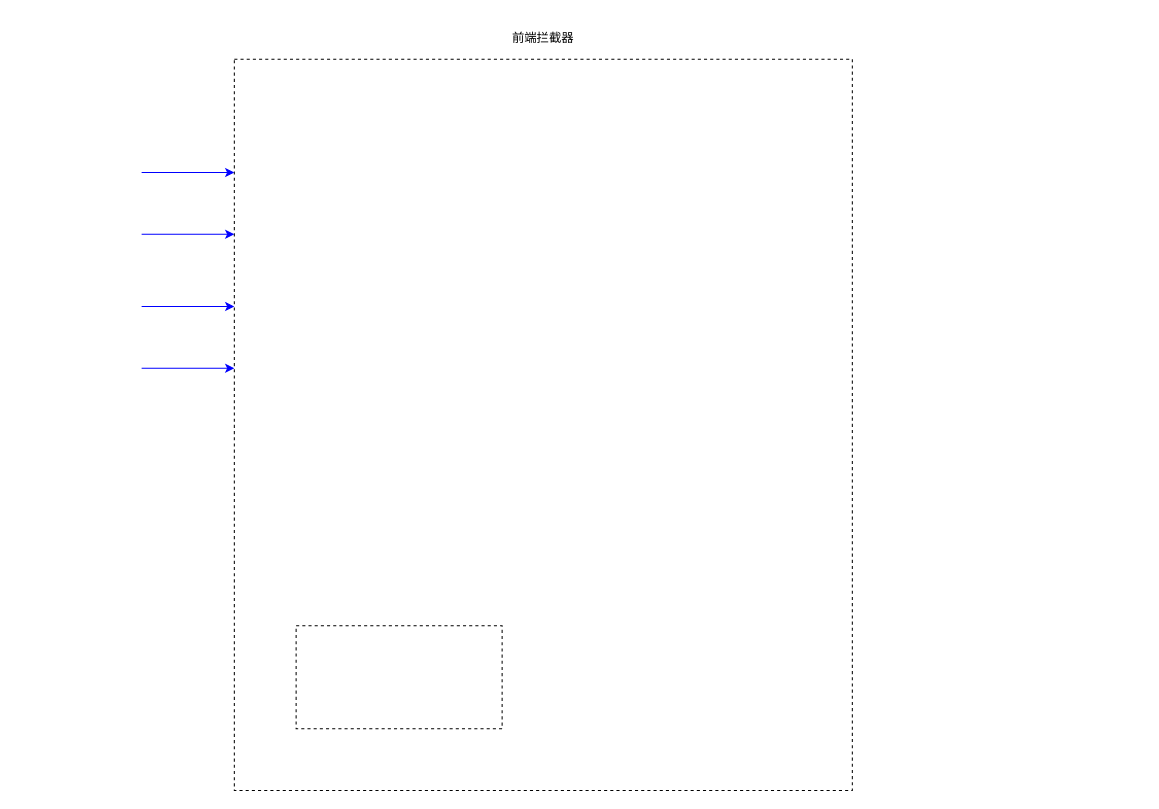
Above: Untitled Diagram.drawio in jsoncode/javascriptFuction (draw.io), before the change. Source tidied: cells renumbered, new cells numbered last; positions are measured from the earlier drawing's top-left corner, leaving out a move shared by most shapes. Both pictures are drawn from the tidied source at 103%, with x=0, y=0 at pixel (141, 28).
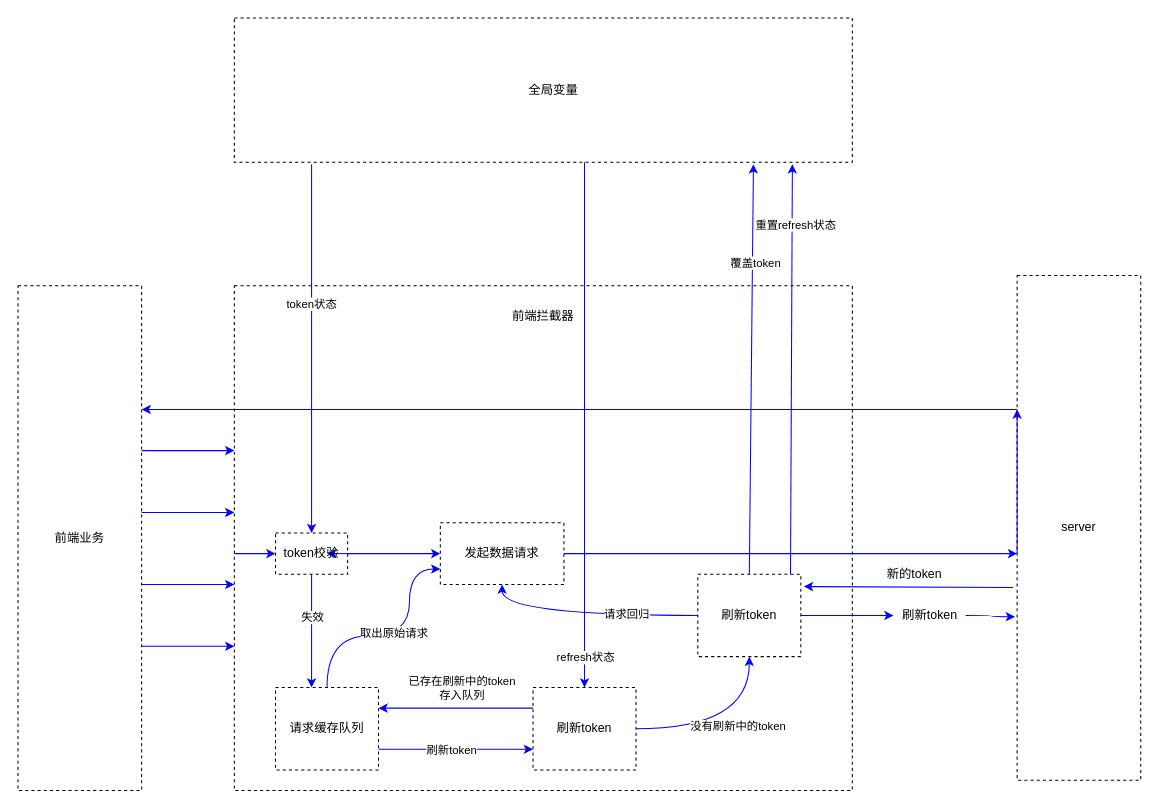
After the change.

The edit, as a diff of the source:
```diff
@@
     <mxCell id="2" style="rounded=0;whiteSpace=wrap;html=1;dashed=1;sketch=0;fillColor=none;" parent="1" vertex="1">
-      <mxGeometry x="90" y="30" width="600" height="710" as="geometry" />
+      <mxGeometry x="90" y="250" width="600" height="490" as="geometry" />
     </mxCell>
     <mxCell id="3" style="endArrow=classic;html=1;strokeColor=#0000FF;" parent="1" edge="1">
       <mxGeometry relative="1" as="geometry">
-        <mxPoint y="140" as="sourcePoint" />
-        <mxPoint x="90" y="140" as="targetPoint" />
+        <mxPoint y="410" as="sourcePoint" />
+        <mxPoint x="90" y="410" as="targetPoint" />
       </mxGeometry>
     </mxCell>
     <mxCell id="4" style="endArrow=classic;html=1;strokeColor=#0000FF;" parent="1" edge="1">
       <mxGeometry relative="1" as="geometry">
-        <mxPoint y="200" as="sourcePoint" />
-        <mxPoint x="90" y="200" as="targetPoint" />
+        <mxPoint y="470" as="sourcePoint" />
+        <mxPoint x="90" y="470" as="targetPoint" />
       </mxGeometry>
     </mxCell>
     <mxCell id="5" style="endArrow=classic;html=1;strokeColor=#0000FF;" parent="1" edge="1">
       <mxGeometry relative="1" as="geometry">
-        <mxPoint y="270" as="sourcePoint" />
-        <mxPoint x="90" y="270" as="targetPoint" />
+        <mxPoint y="540" as="sourcePoint" />
+        <mxPoint x="90" y="540" as="targetPoint" />
       </mxGeometry>
     </mxCell>
     <mxCell id="6" style="endArrow=classic;html=1;strokeColor=#0000FF;" parent="1" edge="1">
       <mxGeometry relative="1" as="geometry">
-        <mxPoint y="330" as="sourcePoint" />
-        <mxPoint x="90" y="330" as="targetPoint" />
+        <mxPoint y="600" as="sourcePoint" />
+        <mxPoint x="90" y="600" as="targetPoint" />
       </mxGeometry>
     </mxCell>
+    <mxCell id="9" style="edgeStyle=orthogonalEdgeStyle;curved=1;sketch=0;jettySize=auto;html=1;entryX=0.35;entryY=0;entryDx=0;entryDy=0;entryPerimeter=0;strokeColor=#0000FF;" parent="1" edge="1" source="7" target="23">
+      <mxGeometry relative="1" as="geometry" />
+    </mxCell>
+    <mxCell id="10" value="失效" style="edgeLabel;html=1;align=center;verticalAlign=middle;" parent="9" vertex="1">
+      <mxGeometry x="-0.26" relative="1" as="geometry" />
+    </mxCell>
+    <mxCell id="11" style="edgeStyle=orthogonalEdgeStyle;curved=1;sketch=0;jettySize=auto;html=1;strokeColor=#0000FF;entryX=0;entryY=0.5;entryDx=0;entryDy=0;" parent="1" edge="1" source="7" target="45">
+      <mxGeometry relative="1" as="geometry" />
+    </mxCell>
+    <mxCell id="8" value="前端拦截器" style="text;html=1;strokeColor=none;fillColor=none;align=center;verticalAlign=middle;whiteSpace=wrap;rounded=0;dashed=1;sketch=0;" parent="1" vertex="1">
+      <mxGeometry x="355" y="270" width="70" height="20" as="geometry" />
+    </mxCell>
+    <mxCell id="12" style="edgeStyle=orthogonalEdgeStyle;curved=1;sketch=0;jettySize=auto;html=1;entryX=0.5;entryY=0;entryDx=0;entryDy=0;strokeColor=#0000FF;exitX=0.125;exitY=1.014;exitDx=0;exitDy=0;exitPerimeter=0;" parent="1" edge="1" source="16" target="7">
+      <mxGeometry relative="1" as="geometry" />
+    </mxCell>
+    <mxCell id="13" value="token状态" style="edgeLabel;html=1;align=center;verticalAlign=middle;" parent="12" vertex="1">
+      <mxGeometry x="-0.24" y="-1" relative="1" as="geometry" />
+    </mxCell>
+    <mxCell id="14" style="edgeStyle=orthogonalEdgeStyle;curved=1;sketch=0;jettySize=auto;html=1;entryX=0.5;entryY=0;entryDx=0;entryDy=0;strokeColor=#0000FF;" parent="1" edge="1" source="16" target="28">
+      <mxGeometry relative="1" as="geometry">
+        <Array as="points">
+          <mxPoint x="430" y="160" />
+          <mxPoint x="430" y="160" />
+        </Array>
+      </mxGeometry>
+    </mxCell>
+    <mxCell id="15" value="refresh状态" style="edgeLabel;html=1;align=center;verticalAlign=middle;" parent="14" vertex="1">
+      <mxGeometry x="0.73" y="-1" relative="1" as="geometry">
+        <mxPoint x="1" y="39" as="offset" />
+      </mxGeometry>
+    </mxCell>
+    <mxCell id="16" style="rounded=0;whiteSpace=wrap;html=1;dashed=1;sketch=0;fillColor=none;" parent="1" vertex="1">
+      <mxGeometry x="90" y="-10" width="600" height="140" as="geometry" />
+    </mxCell>
+    <mxCell id="17" value="全局变量" style="text;html=1;strokeColor=none;fillColor=none;align=center;verticalAlign=middle;whiteSpace=wrap;rounded=0;dashed=1;sketch=0;" parent="1" vertex="1">
+      <mxGeometry x="365" y="50" width="70" height="20" as="geometry" />
+    </mxCell>
+    <mxCell id="18" style="endArrow=classic;html=1;strokeColor=#0000FF;" parent="1" edge="1" source="7">
+      <mxGeometry relative="1" as="geometry">
+        <mxPoint x="180" y="510" as="targetPoint" />
+      </mxGeometry>
+    </mxCell>
+    <mxCell id="19" style="edgeStyle=orthogonalEdgeStyle;curved=1;sketch=0;jettySize=auto;html=1;strokeColor=#0000FF;" parent="1" edge="1" source="23" target="28">
+      <mxGeometry relative="1" as="geometry">
+        <Array as="points">
+          <mxPoint x="330" y="700" />
+          <mxPoint x="330" y="700" />
+        </Array>
+      </mxGeometry>
+    </mxCell>
+    <mxCell id="20" value="刷新token" style="edgeLabel;html=1;align=center;verticalAlign=middle;" parent="19" vertex="1">
+      <mxGeometry x="-0.2" y="3" relative="1" as="geometry">
+        <mxPoint x="10" y="3" as="offset" />
+      </mxGeometry>
+    </mxCell>
+    <mxCell id="21" style="edgeStyle=orthogonalEdgeStyle;curved=1;sketch=0;jettySize=auto;html=1;entryX=0;entryY=0.75;entryDx=0;entryDy=0;strokeColor=#0000FF;" parent="1" edge="1" source="23" target="45">
+      <mxGeometry relative="1" as="geometry">
+        <Array as="points">
+          <mxPoint x="180" y="590" />
+          <mxPoint x="260" y="590" />
+          <mxPoint x="260" y="525" />
+        </Array>
+      </mxGeometry>
+    </mxCell>
+    <mxCell id="22" value="取出原始请求" style="edgeLabel;html=1;align=center;verticalAlign=middle;" parent="21" vertex="1">
+      <mxGeometry x="0.01" y="4" relative="1" as="geometry" />
+    </mxCell>
+    <mxCell id="23" value="请求缓存队列" style="rounded=0;whiteSpace=wrap;html=1;dashed=1;sketch=0;fillColor=none;" parent="1" vertex="1">
+      <mxGeometry x="130" y="640" width="100" height="80" as="geometry" />
+    </mxCell>
+    <mxCell id="24" style="edgeStyle=orthogonalEdgeStyle;curved=1;sketch=0;jettySize=auto;html=1;entryX=0.5;entryY=1;entryDx=0;entryDy=0;strokeColor=#0000FF;" parent="1" edge="1" source="28" target="31">
+      <mxGeometry relative="1" as="geometry" />
+    </mxCell>
+    <mxCell id="25" value="没有刷新中的token" style="edgeLabel;html=1;align=center;verticalAlign=middle;" parent="24" vertex="1">
+      <mxGeometry x="0.26" y="12" relative="1" as="geometry" />
+    </mxCell>
+    <mxCell id="26" style="edgeStyle=orthogonalEdgeStyle;curved=1;sketch=0;jettySize=auto;html=1;entryX=1;entryY=0.25;entryDx=0;entryDy=0;strokeColor=#0000FF;exitX=0;exitY=0.25;exitDx=0;exitDy=0;" parent="1" edge="1" source="28" target="23">
+      <mxGeometry relative="1" as="geometry" />
+    </mxCell>
+    <mxCell id="27" value="已存在刷新中的token&lt;br&gt;存入队列" style="edgeLabel;html=1;align=center;verticalAlign=middle;" parent="26" vertex="1">
+      <mxGeometry x="0.22" y="1" relative="1" as="geometry">
+        <mxPoint x="22" y="-21" as="offset" />
+      </mxGeometry>
+    </mxCell>
+    <mxCell id="28" value="刷新token" style="rounded=0;whiteSpace=wrap;html=1;dashed=1;sketch=0;fillColor=none;" parent="1" vertex="1">
+      <mxGeometry x="380" y="640" width="100" height="80" as="geometry" />
+    </mxCell>
+    <mxCell id="29" style="edgeStyle=orthogonalEdgeStyle;curved=1;sketch=0;jettySize=auto;html=1;entryX=0.5;entryY=1;entryDx=0;entryDy=0;strokeColor=#0000FF;" parent="1" edge="1" source="31" target="45">
+      <mxGeometry relative="1" as="geometry" />
+    </mxCell>
+    <mxCell id="30" value="请求回归" style="edgeLabel;html=1;align=center;verticalAlign=middle;" parent="29" vertex="1">
+      <mxGeometry x="-0.36" y="-2" relative="1" as="geometry" />
+    </mxCell>
+    <mxCell id="31" value="刷新token" style="rounded=0;whiteSpace=wrap;html=1;dashed=1;sketch=0;fillColor=none;" parent="1" vertex="1">
+      <mxGeometry x="540" y="530" width="100" height="80" as="geometry" />
+    </mxCell>
-    <mxCell id="7" style="rounded=0;whiteSpace=wrap;html=1;dashed=1;sketch=0;fillColor=none;" parent="1" vertex="1">
-      <mxGeometry x="150" y="580" width="200" height="100" as="geometry" />
+    <mxCell id="7" value="token校验" style="rounded=0;whiteSpace=wrap;html=1;dashed=1;sketch=0;fillColor=none;" parent="1" vertex="1">
+      <mxGeometry x="130" y="490" width="70" height="40" as="geometry" />
     </mxCell>
-    <mxCell id="8" value="前端拦截器" style="text;html=1;strokeColor=none;fillColor=none;align=center;verticalAlign=middle;whiteSpace=wrap;rounded=0;dashed=1;sketch=0;" parent="1" vertex="1">
-      <mxGeometry x="355" width="70" height="20" as="geometry" />
-    </mxCell>
+    <mxCell id="32" style="endArrow=classic;html=1;strokeColor=#0000FF;" parent="1" edge="1" target="7">
+      <mxGeometry relative="1" as="geometry">
+        <mxPoint x="90" y="510" as="sourcePoint" />
+      </mxGeometry>
+    </mxCell>
+    <mxCell id="33" style="edgeStyle=orthogonalEdgeStyle;curved=1;sketch=0;jettySize=auto;html=1;strokeColor=#0000FF;entryX=-0.017;entryY=0.676;entryDx=0;entryDy=0;entryPerimeter=0;" parent="1" edge="1" source="34" target="47">
+      <mxGeometry relative="1" as="geometry">
+        <Array as="points">
+          <mxPoint x="825" y="570" />
+          <mxPoint x="825" y="571" />
+        </Array>
+      </mxGeometry>
+    </mxCell>
+    <mxCell id="34" value="刷新token" style="text;html=1;align=center;verticalAlign=middle;points=[];" parent="1" vertex="1">
+      <mxGeometry x="730" y="560" width="70" height="20" as="geometry" />
+    </mxCell>
+    <mxCell id="35" style="edgeStyle=orthogonalEdgeStyle;curved=1;sketch=0;jettySize=auto;html=1;strokeColor=#0000FF;" parent="1" edge="1" source="31" target="34">
+      <mxGeometry relative="1" as="geometry" />
+    </mxCell>
+    <mxCell id="36" style="endArrow=classic;html=1;strokeColor=#0000FF;entryX=1.03;entryY=0.15;entryDx=0;entryDy=0;entryPerimeter=0;exitX=-0.033;exitY=0.618;exitDx=0;exitDy=0;exitPerimeter=0;" parent="1" edge="1" source="47" target="31">
+      <mxGeometry relative="1" as="geometry" />
+    </mxCell>
+    <mxCell id="37" style="endArrow=classic;html=1;strokeColor=#0000FF;" parent="1" edge="1">
+      <mxGeometry relative="1" as="geometry">
+        <mxPoint x="850" y="370" as="sourcePoint" />
+        <mxPoint y="370" as="targetPoint" />
+      </mxGeometry>
+    </mxCell>
+    <mxCell id="38" value="新的token" style="text;html=1;align=center;verticalAlign=middle;" parent="1" vertex="1">
+      <mxGeometry x="715" y="520" width="70" height="20" as="geometry" />
+    </mxCell>
+    <mxCell id="39" style="endArrow=classic;html=1;strokeColor=#0000FF;" parent="1" edge="1">
+      <mxGeometry relative="1" as="geometry">
+        <mxPoint x="850" y="510" as="sourcePoint" />
+        <mxPoint x="850" y="370" as="targetPoint" />
+      </mxGeometry>
+    </mxCell>
+    <mxCell id="40" style="endArrow=classic;html=1;strokeColor=#0000FF;entryX=0.903;entryY=1.014;entryDx=0;entryDy=0;entryPerimeter=0;" parent="1" edge="1" target="16">
+      <mxGeometry relative="1" as="geometry">
+        <mxPoint x="630" y="530" as="sourcePoint" />
+      </mxGeometry>
+    </mxCell>
+    <mxCell id="41" value="重置refresh状态" style="edgeLabel;html=1;align=center;verticalAlign=middle;" parent="40" vertex="1">
+      <mxGeometry x="0.71" y="-3" relative="1" as="geometry" />
+    </mxCell>
+    <mxCell id="42" style="endArrow=classic;html=1;strokeColor=#0000FF;entryX=0.84;entryY=1.014;entryDx=0;entryDy=0;entryPerimeter=0;" parent="1" edge="1" target="16">
+      <mxGeometry relative="1" as="geometry">
+        <mxPoint x="590" y="530" as="sourcePoint" />
+      </mxGeometry>
+    </mxCell>
+    <mxCell id="43" value="覆盖token" style="edgeLabel;html=1;align=center;verticalAlign=middle;" parent="42" vertex="1">
+      <mxGeometry x="0.52" y="-2" relative="1" as="geometry" />
+    </mxCell>
+    <mxCell id="44" style="edgeStyle=orthogonalEdgeStyle;curved=1;sketch=0;jettySize=auto;html=1;strokeColor=#0000FF;" parent="1" edge="1" source="45">
+      <mxGeometry relative="1" as="geometry">
+        <mxPoint x="850" y="510" as="targetPoint" />
+      </mxGeometry>
+    </mxCell>
+    <mxCell id="45" value="发起数据请求" style="rounded=0;whiteSpace=wrap;html=1;dashed=1;sketch=0;fillColor=none;" parent="1" vertex="1">
+      <mxGeometry x="290" y="480" width="120" height="60" as="geometry" />
+    </mxCell>
+    <mxCell id="46" value="前端业务" style="rounded=0;whiteSpace=wrap;html=1;dashed=1;sketch=0;fillColor=none;" parent="1" vertex="1">
+      <mxGeometry x="-120" y="250" width="120" height="490" as="geometry" />
+    </mxCell>
+    <mxCell id="47" value="server" style="rounded=0;whiteSpace=wrap;html=1;dashed=1;sketch=0;fillColor=none;" parent="1" vertex="1">
+      <mxGeometry x="850" y="240" width="120" height="490" as="geometry" />
+    </mxCell>
```
